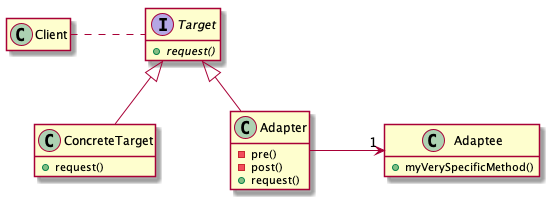
Before: structure/adapter/uml/adapter_cd.png, a diagram exported from PlantUML (ace-lectures/pattern-repository). The source it was exported from:
```plantuml
@startuml

skinparam nodesep 75
skinparam ranksep 50
hide empty members

class Client

interface Target {
  + {abstract} request()
}

Client . Target

class ConcreteTarget {
  + request()
}

class Adapter {
  - pre()
  - post()
  + request()
}

Target <|-- ConcreteTarget
Target <|-- Adapter

ConcreteTarget .[hidden] Adapter


class Adaptee {
  + myVerySpecificMethod()
}

Adapter -> "1" Adaptee



@enduml
```
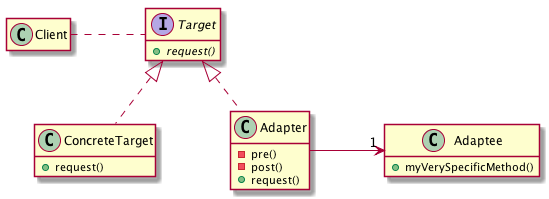
After the commit.

What changed in the source:
```diff
@@ -22,8 +22,8 @@
   + request()
 }
 
-Target <|-- ConcreteTarget
-Target <|-- Adapter
+Target <|.. ConcreteTarget
+Target <|.. Adapter
 
 ConcreteTarget .[hidden] Adapter
 
```
